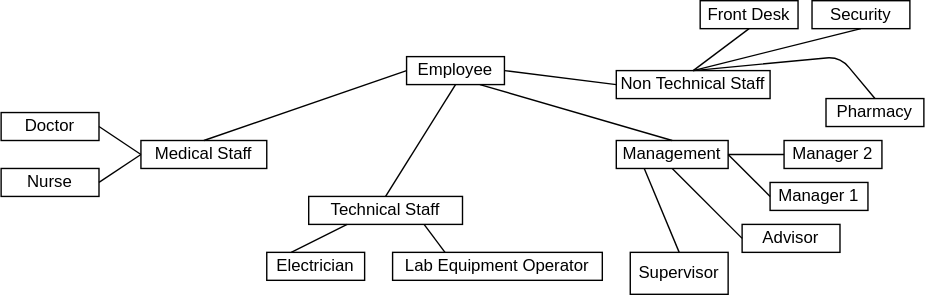
This is er_dig.svg from listout/drawio_digs, a draw.io export, as it was before one commit. Source tidied: cells renumbered, new cells last; positions are measured from the earlier drawing's top-left corner, leaving out a move shared by most shapes.
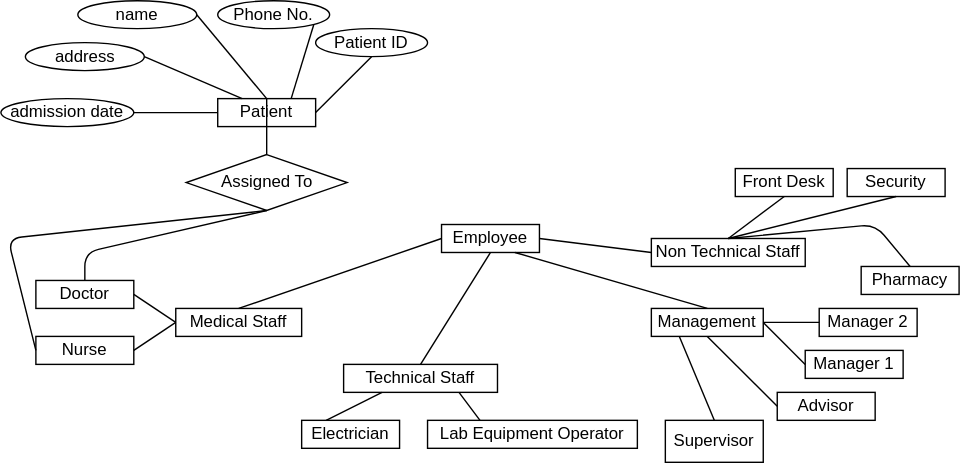
Later version of the same file.

What changed in the source:
```diff
@@ -99,5 +99,58 @@
         </Array>
       </mxGeometry>
     </mxCell>
+    <mxCell id="33" value="&lt;div&gt;Patient&lt;/div&gt;" style="rounded=0;whiteSpace=wrap;html=1;" parent="1" vertex="1">
+      <mxGeometry x="130" y="-50" width="70" height="20" as="geometry" />
+    </mxCell>
+    <mxCell id="34" value="name" style="ellipse;whiteSpace=wrap;html=1;" parent="1" vertex="1">
+      <mxGeometry x="30" y="-120" width="85" height="20" as="geometry" />
+    </mxCell>
+    <mxCell id="35" value="Phone No." style="ellipse;whiteSpace=wrap;html=1;" parent="1" vertex="1">
+      <mxGeometry x="130" y="-120" width="80" height="20" as="geometry" />
+    </mxCell>
+    <mxCell id="36" value="address" style="ellipse;whiteSpace=wrap;html=1;" parent="1" vertex="1">
+      <mxGeometry x="-7.5" y="-90" width="85" height="20" as="geometry" />
+    </mxCell>
+    <mxCell id="37" value="admission date" style="ellipse;whiteSpace=wrap;html=1;" parent="1" vertex="1">
+      <mxGeometry x="-25" y="-50" width="95" height="20" as="geometry" />
+    </mxCell>
+    <mxCell id="38" value="Patient ID" style="ellipse;whiteSpace=wrap;html=1;" parent="1" vertex="1">
+      <mxGeometry x="200" y="-100" width="80" height="20" as="geometry" />
+    </mxCell>
+    <mxCell id="39" style="endArrow=none;html=1;entryX=0.5;entryY=1;entryDx=0;entryDy=0;exitX=1;exitY=0.5;exitDx=0;exitDy=0;" parent="1" edge="1" source="33" target="38">
+      <mxGeometry relative="1" as="geometry" />
+    </mxCell>
+    <mxCell id="40" style="endArrow=none;html=1;entryX=0.5;entryY=1;entryDx=0;entryDy=0;exitX=0.75;exitY=0;exitDx=0;exitDy=0;" parent="1" edge="1" source="33" target="35">
+      <mxGeometry relative="1" as="geometry" />
+    </mxCell>
+    <mxCell id="41" style="endArrow=none;html=1;entryX=1;entryY=1;entryDx=0;entryDy=0;exitX=0.5;exitY=0;exitDx=0;exitDy=0;" parent="1" edge="1" source="33" target="34">
+      <mxGeometry relative="1" as="geometry" />
+    </mxCell>
+    <mxCell id="42" style="endArrow=none;html=1;entryX=1;entryY=0.5;entryDx=0;entryDy=0;exitX=0.25;exitY=0;exitDx=0;exitDy=0;" parent="1" edge="1" source="33" target="36">
+      <mxGeometry relative="1" as="geometry" />
+    </mxCell>
+    <mxCell id="43" style="endArrow=none;html=1;entryX=1;entryY=0.5;entryDx=0;entryDy=0;exitX=0;exitY=0.5;exitDx=0;exitDy=0;" parent="1" edge="1" source="33" target="37">
+      <mxGeometry relative="1" as="geometry" />
+    </mxCell>
+    <mxCell id="44" value="Assigned To" style="rhombus;whiteSpace=wrap;html=1;" parent="1" vertex="1">
+      <mxGeometry x="107.5" y="-10" width="115" height="40" as="geometry" />
+    </mxCell>
+    <mxCell id="45" style="endArrow=none;html=1;entryX=0.5;entryY=0;entryDx=0;entryDy=0;exitX=0.5;exitY=1;exitDx=0;exitDy=0;" parent="1" edge="1" source="33" target="44">
+      <mxGeometry relative="1" as="geometry" />
+    </mxCell>
+    <mxCell id="46" style="endArrow=none;html=1;entryX=0.5;entryY=1;entryDx=0;entryDy=0;exitX=0.5;exitY=0;exitDx=0;exitDy=0;" parent="1" edge="1" source="3" target="44">
+      <mxGeometry relative="1" as="geometry">
+        <Array as="points">
+          <mxPoint x="35" y="60" />
+        </Array>
+      </mxGeometry>
+    </mxCell>
+    <mxCell id="47" style="endArrow=none;html=1;exitX=0;exitY=0.5;exitDx=0;exitDy=0;entryX=0.5;entryY=1;entryDx=0;entryDy=0;" parent="1" edge="1" source="8" target="44">
+      <mxGeometry relative="1" as="geometry">
+        <Array as="points">
+          <mxPoint x="-20" y="50" />
+        </Array>
+      </mxGeometry>
+    </mxCell>
   </root>
 </mxGraphModel>
```
